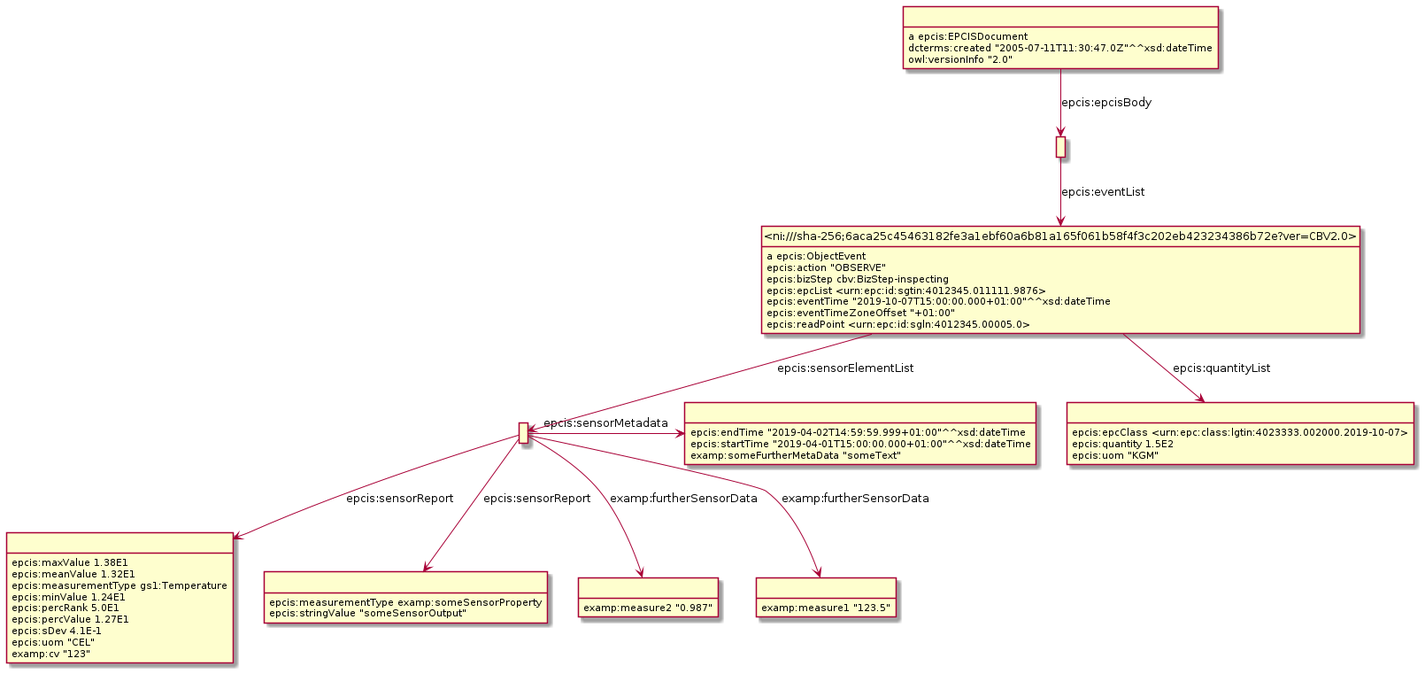
Earlier version of the PlantUML export Diagrams/WithSensorData/SensorDataExample6.png (gs1/EPCIS).
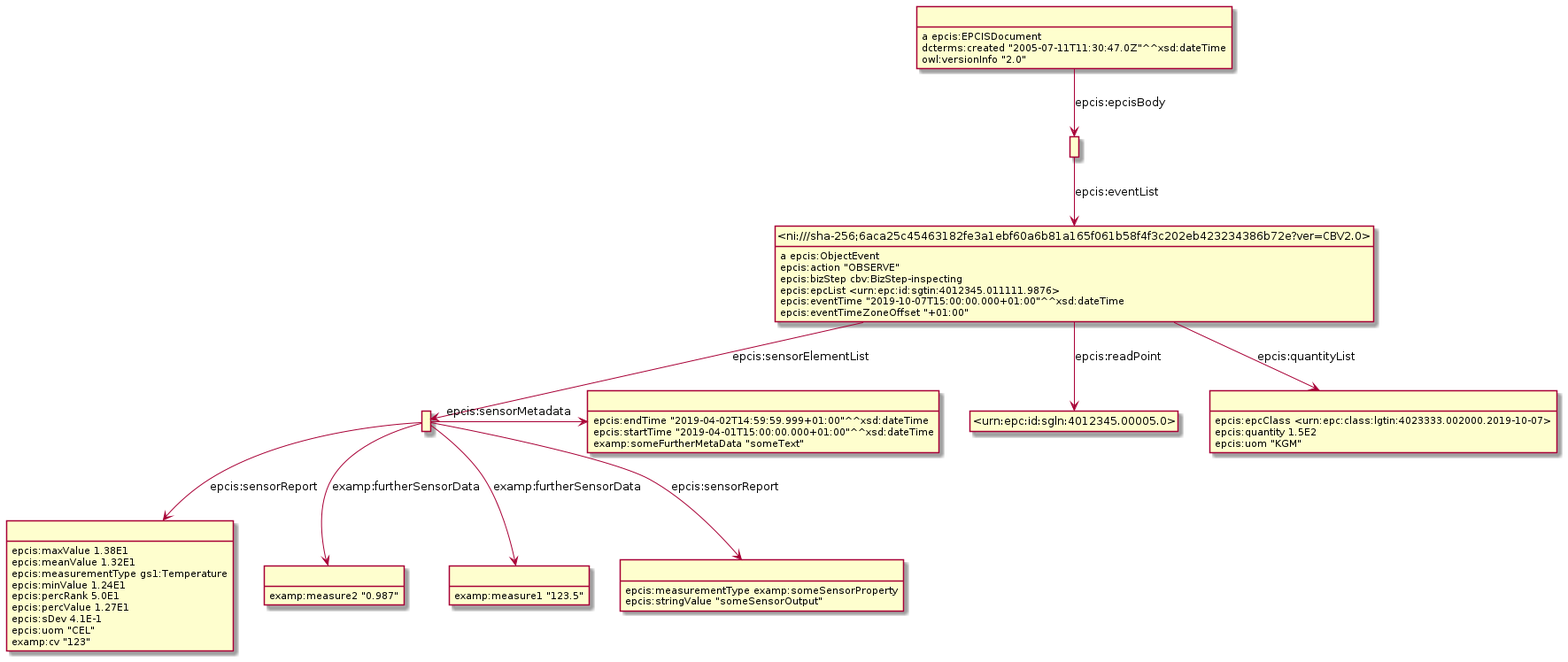
The same diagram one commit later.

Change to the diagram source:
```diff
@@ -3,52 +3,53 @@
 hide empty attributes
 hide circle
 skinparam classAttributeIconSize 0
-class _r1631889707r1_ as " "
+class _r1632232146r8_ as " "
+_r1632232146r8_ : epcis:maxValue 1.38E1
+_r1632232146r8_ : epcis:meanValue 1.32E1
+_r1632232146r8_ : epcis:measurementType gs1:Temperature
+_r1632232146r8_ : epcis:minValue 1.24E1
+_r1632232146r8_ : epcis:percRank 5.0E1
+_r1632232146r8_ : epcis:percValue 1.27E1
+_r1632232146r8_ : epcis:sDev 4.1E-1
+_r1632232146r8_ : epcis:uom "CEL"
+_r1632232146r8_ : examp:cv "123"
+class _r1632232146r4_ as " "
+_r1632232146r4_ : examp:measure2 "0.987"
+class _r1632232146r1_ as " "
 class _ni_sha_256_6aca25c45463182fe3a1ebf60a6b81a165f061b58f4f3c202eb423234386b72e_ver_CBV2_0_ as "<ni:///sha-256;6aca25c45463182fe3a1ebf60a6b81a165f061b58f4f3c202eb423234386b72e?ver=CBV2.0>"
-_r1631889707r1_ -down-> _ni_sha_256_6aca25c45463182fe3a1ebf60a6b81a165f061b58f4f3c202eb423234386b72e_ver_CBV2_0_ : epcis:eventList
-class _r1631889707r2_ as " "
-_r1631889707r2_ : epcis:epcClass <urn:epc:class:lgtin:4023333.002000.2019-10-07>
-_r1631889707r2_ : epcis:quantity 1.5E2
-_r1631889707r2_ : epcis:uom "KGM"
-class _r1631889707r8_ as " "
-_r1631889707r8_ : epcis:maxValue 1.38E1
-_r1631889707r8_ : epcis:meanValue 1.32E1
-_r1631889707r8_ : epcis:measurementType gs1:Temperature
-_r1631889707r8_ : epcis:minValue 1.24E1
-_r1631889707r8_ : epcis:percRank 5.0E1
-_r1631889707r8_ : epcis:percValue 1.27E1
-_r1631889707r8_ : epcis:sDev 4.1E-1
-_r1631889707r8_ : epcis:uom "CEL"
-_r1631889707r8_ : examp:cv "123"
-class _r1631889707r6_ as " "
-_r1631889707r6_ : epcis:endTime "2019-04-02T14:59:59.999+01:00"^^xsd:dateTime
-_r1631889707r6_ : epcis:startTime "2019-04-01T15:00:00.000+01:00"^^xsd:dateTime
-_r1631889707r6_ : examp:someFurtherMetaData "someText"
-class _r1631889707r3_ as " "
-class _r1631889707r7_ as " "
-_r1631889707r3_ -down-> _r1631889707r7_ : epcis:sensorReport
-_r1631889707r3_ -right-> _r1631889707r6_ : epcis:sensorMetadata
-_r1631889707r3_ -down-> _r1631889707r8_ : epcis:sensorReport
-class _r1631889707r4_ as " "
-_r1631889707r3_ -down-> _r1631889707r4_ : examp:furtherSensorData
-class _r1631889707r5_ as " "
-_r1631889707r3_ -down-> _r1631889707r5_ : examp:furtherSensorData
+_r1632232146r1_ -down-> _ni_sha_256_6aca25c45463182fe3a1ebf60a6b81a165f061b58f4f3c202eb423234386b72e_ver_CBV2_0_ : epcis:eventList
+class _r1632232146r5_ as " "
+_r1632232146r5_ : examp:measure1 "123.5"
 _ni_sha_256_6aca25c45463182fe3a1ebf60a6b81a165f061b58f4f3c202eb423234386b72e_ver_CBV2_0_ : a epcis:ObjectEvent
-_ni_sha_256_6aca25c45463182fe3a1ebf60a6b81a165f061b58f4f3c202eb423234386b72e_ver_CBV2_0_ -down-> _r1631889707r3_ : epcis:sensorElementList
-_ni_sha_256_6aca25c45463182fe3a1ebf60a6b81a165f061b58f4f3c202eb423234386b72e_ver_CBV2_0_ -down-> _r1631889707r2_ : epcis:quantityList
+class _urn_epc_id_sgln_4012345_00005_0_ as "<urn:epc:id:sgln:4012345.00005.0>"
+_ni_sha_256_6aca25c45463182fe3a1ebf60a6b81a165f061b58f4f3c202eb423234386b72e_ver_CBV2_0_ -down-> _urn_epc_id_sgln_4012345_00005_0_ : epcis:readPoint
+class _r1632232146r2_ as " "
+_ni_sha_256_6aca25c45463182fe3a1ebf60a6b81a165f061b58f4f3c202eb423234386b72e_ver_CBV2_0_ -down-> _r1632232146r2_ : epcis:quantityList
+class _r1632232146r3_ as " "
+_ni_sha_256_6aca25c45463182fe3a1ebf60a6b81a165f061b58f4f3c202eb423234386b72e_ver_CBV2_0_ -down-> _r1632232146r3_ : epcis:sensorElementList
 _ni_sha_256_6aca25c45463182fe3a1ebf60a6b81a165f061b58f4f3c202eb423234386b72e_ver_CBV2_0_ : epcis:action "OBSERVE"
 _ni_sha_256_6aca25c45463182fe3a1ebf60a6b81a165f061b58f4f3c202eb423234386b72e_ver_CBV2_0_ : epcis:bizStep cbv:BizStep-inspecting
 _ni_sha_256_6aca25c45463182fe3a1ebf60a6b81a165f061b58f4f3c202eb423234386b72e_ver_CBV2_0_ : epcis:epcList <urn:epc:id:sgtin:4012345.011111.9876>
 _ni_sha_256_6aca25c45463182fe3a1ebf60a6b81a165f061b58f4f3c202eb423234386b72e_ver_CBV2_0_ : epcis:eventTime "2019-10-07T15:00:00.000+01:00"^^xsd:dateTime
 _ni_sha_256_6aca25c45463182fe3a1ebf60a6b81a165f061b58f4f3c202eb423234386b72e_ver_CBV2_0_ : epcis:eventTimeZoneOffset "+01:00"
-_ni_sha_256_6aca25c45463182fe3a1ebf60a6b81a165f061b58f4f3c202eb423234386b72e_ver_CBV2_0_ : epcis:readPoint <urn:epc:id:sgln:4012345.00005.0>
-_r1631889707r4_ : examp:measure2 "0.987"
-_r1631889707r5_ : examp:measure1 "123.5"
-class _r1631889707r0_ as " "
-_r1631889707r0_ : a epcis:EPCISDocument
-_r1631889707r0_ -down-> _r1631889707r1_ : epcis:epcisBody
-_r1631889707r0_ : dcterms:created "2005-07-11T11:30:47.0Z"^^xsd:dateTime
-_r1631889707r0_ : owl:versionInfo "2.0"
-_r1631889707r7_ : epcis:measurementType examp:someSensorProperty
-_r1631889707r7_ : epcis:stringValue "someSensorOutput"
+class _r1632232146r7_ as " "
+_r1632232146r7_ : epcis:measurementType examp:someSensorProperty
+_r1632232146r7_ : epcis:stringValue "someSensorOutput"
+_r1632232146r2_ : epcis:epcClass <urn:epc:class:lgtin:4023333.002000.2019-10-07>
+_r1632232146r2_ : epcis:quantity 1.5E2
+_r1632232146r2_ : epcis:uom "KGM"
+class _r1632232146r6_ as " "
+_r1632232146r6_ : epcis:endTime "2019-04-02T14:59:59.999+01:00"^^xsd:dateTime
+_r1632232146r6_ : epcis:startTime "2019-04-01T15:00:00.000+01:00"^^xsd:dateTime
+_r1632232146r6_ : examp:someFurtherMetaData "someText"
+class _r1632232146r0_ as " "
+_r1632232146r0_ : a epcis:EPCISDocument
+_r1632232146r0_ -down-> _r1632232146r1_ : epcis:epcisBody
+_r1632232146r0_ : dcterms:created "2005-07-11T11:30:47.0Z"^^xsd:dateTime
+_r1632232146r0_ : owl:versionInfo "2.0"
+_r1632232146r3_ -down-> _r1632232146r7_ : epcis:sensorReport
+_r1632232146r3_ -down-> _r1632232146r8_ : epcis:sensorReport
+_r1632232146r3_ -down-> _r1632232146r5_ : examp:furtherSensorData
+_r1632232146r3_ -right-> _r1632232146r6_ : epcis:sensorMetadata
+_r1632232146r3_ -down-> _r1632232146r4_ : examp:furtherSensorData
 @enduml
```
